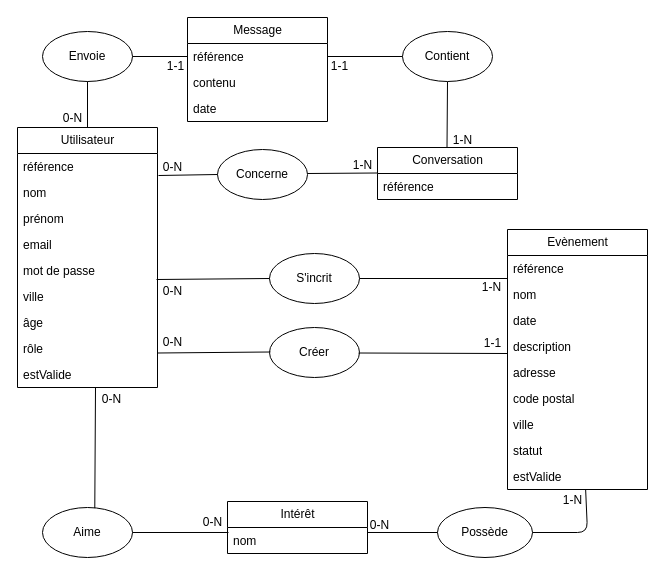
Above: conception/database_modelling/MCD/mcd.drawio in LunaireFlare/orizon (draw.io), before the change. Source tidied: cells renumbered, new cells numbered last; positions are measured from the earlier drawing's top-left corner, leaving out a move shared by most shapes. Both pictures are drawn from the tidied source at 100%, with x=0, y=0 at pixel (17, 17).
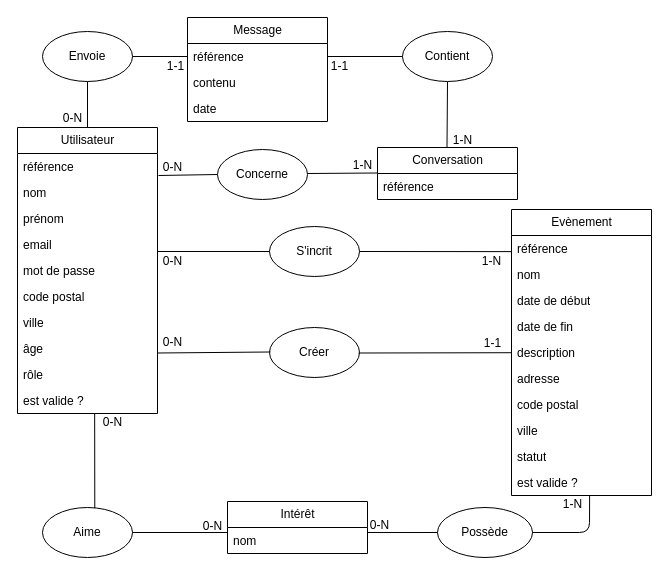
After the change.

Unchanged cells that the change refers to:
```xml
<mxCell id="6" value="email" style="text;strokeColor=none;fillColor=none;align=left;verticalAlign=top;spacingLeft=4;spacingRight=4;overflow=hidden;points=[[0,0.5],[1,0.5]];portConstraint=eastwest;whiteSpace=wrap;html=1;" parent="2" vertex="1">
  <mxGeometry y="104" width="140" height="26" as="geometry" />
</mxCell>
<mxCell id="7" value="mot de passe" style="text;strokeColor=none;fillColor=none;align=left;verticalAlign=top;spacingLeft=4;spacingRight=4;overflow=hidden;points=[[0,0.5],[1,0.5]];portConstraint=eastwest;whiteSpace=wrap;html=1;" parent="2" vertex="1">
  <mxGeometry y="130" width="140" height="26" as="geometry" />
</mxCell>
<mxCell id="17" value="référence" style="text;strokeColor=none;fillColor=none;align=left;verticalAlign=top;spacingLeft=4;spacingRight=4;overflow=hidden;points=[[0,0.5],[1,0.5]];portConstraint=eastwest;whiteSpace=wrap;html=1;" parent="16" vertex="1">
  <mxGeometry y="26" width="140" height="26" as="geometry" />
</mxCell>
<mxCell id="27" value="nom" style="text;strokeColor=none;fillColor=none;align=left;verticalAlign=top;spacingLeft=4;spacingRight=4;overflow=hidden;points=[[0,0.5],[1,0.5]];portConstraint=eastwest;whiteSpace=wrap;html=1;" parent="26" vertex="1">
  <mxGeometry y="26" width="140" height="26" as="geometry" />
</mxCell>
<mxCell id="54" value="&lt;span style=&quot;color: rgb(0, 0, 0);&quot;&gt;1-1&lt;/span&gt;" style="text;html=1;align=center;verticalAlign=middle;points=[];strokeColor=none;fillColor=none;" parent="1" vertex="1">
  <mxGeometry x="455" y="311" width="40" height="30" as="geometry" />
</mxCell>
<mxCell id="55" value="Aime" style="ellipse;whiteSpace=wrap;html=1;" parent="1" vertex="1">
  <mxGeometry x="25" y="490" width="90" height="50" as="geometry" />
</mxCell>
<mxCell id="60" value="Possède" style="ellipse;whiteSpace=wrap;html=1;" parent="1" vertex="1">
  <mxGeometry x="420" y="490" width="95" height="50" as="geometry" />
</mxCell>
```

Diff of the diagram source:
```diff
@@
     <mxCell id="2" value="Utilisateur" style="swimlane;fontStyle=0;horizontal=1;startSize=26;fillColor=none;html=1;" parent="1" vertex="1">
-      <mxGeometry y="110" width="140" height="260" as="geometry" />
+      <mxGeometry y="110" width="140" height="286" as="geometry" />
     </mxCell>
@@
+    <mxCell id="65" value="code postal" style="text;strokeColor=none;fillColor=none;align=left;verticalAlign=top;spacingLeft=4;spacingRight=4;overflow=hidden;whiteSpace=wrap;html=1;" parent="2" vertex="1">
+      <mxGeometry y="156" width="140" height="26" as="geometry" />
+    </mxCell>
     <mxCell id="8" value="ville" style="text;strokeColor=none;fillColor=none;align=left;verticalAlign=top;spacingLeft=4;spacingRight=4;overflow=hidden;whiteSpace=wrap;html=1;" parent="2" vertex="1">
-      <mxGeometry y="156" width="140" height="26" as="geometry" />
+      <mxGeometry y="182" width="140" height="26" as="geometry" />
     </mxCell>
     <mxCell id="9" value="âge" style="text;strokeColor=none;fillColor=none;align=left;verticalAlign=top;spacingLeft=4;spacingRight=4;overflow=hidden;whiteSpace=wrap;html=1;" parent="2" vertex="1">
-      <mxGeometry y="182" width="140" height="26" as="geometry" />
+      <mxGeometry y="208" width="140" height="26" as="geometry" />
     </mxCell>
     <mxCell id="10" value="rôle" style="text;strokeColor=none;fillColor=none;align=left;verticalAlign=top;spacingLeft=4;spacingRight=4;overflow=hidden;whiteSpace=wrap;html=1;" parent="2" vertex="1">
-      <mxGeometry y="208" width="140" height="26" as="geometry" />
+      <mxGeometry y="234" width="140" height="26" as="geometry" />
     </mxCell>
-    <mxCell id="11" value="estValide" style="text;strokeColor=none;fillColor=none;align=left;verticalAlign=top;spacingLeft=4;spacingRight=4;overflow=hidden;whiteSpace=wrap;html=1;" parent="2" vertex="1">
-      <mxGeometry y="234" width="140" height="26" as="geometry" />
+    <mxCell id="11" value="est valide ?" style="text;strokeColor=none;fillColor=none;align=left;verticalAlign=top;spacingLeft=4;spacingRight=4;overflow=hidden;whiteSpace=wrap;html=1;" parent="2" vertex="1">
+      <mxGeometry y="260" width="140" height="26" as="geometry" />
     </mxCell>
@@
     <mxCell id="16" value="Evènement" style="swimlane;fontStyle=0;horizontal=1;startSize=26;fillColor=none;html=1;" parent="1" vertex="1">
-      <mxGeometry x="490" y="212" width="140" height="260" as="geometry" />
+      <mxGeometry x="494" y="192" width="140" height="286" as="geometry" />
     </mxCell>
@@
-    <mxCell id="19" value="date" style="text;strokeColor=none;fillColor=none;align=left;verticalAlign=top;spacingLeft=4;spacingRight=4;overflow=hidden;whiteSpace=wrap;html=1;" parent="16" vertex="1">
+    <mxCell id="19" value="date de début" style="text;strokeColor=none;fillColor=none;align=left;verticalAlign=top;spacingLeft=4;spacingRight=4;overflow=hidden;whiteSpace=wrap;html=1;" parent="16" vertex="1">
       <mxGeometry y="78" width="140" height="26" as="geometry" />
     </mxCell>
+    <mxCell id="66" value="date de fin" style="text;strokeColor=none;fillColor=none;align=left;verticalAlign=top;spacingLeft=4;spacingRight=4;overflow=hidden;whiteSpace=wrap;html=1;" parent="16" vertex="1">
+      <mxGeometry y="104" width="140" height="26" as="geometry" />
+    </mxCell>
     <mxCell id="20" value="description" style="text;strokeColor=none;fillColor=none;align=left;verticalAlign=top;spacingLeft=4;spacingRight=4;overflow=hidden;whiteSpace=wrap;html=1;" parent="16" vertex="1">
-      <mxGeometry y="104" width="140" height="26" as="geometry" />
+      <mxGeometry y="130" width="140" height="26" as="geometry" />
     </mxCell>
     <mxCell id="21" value="adresse" style="text;strokeColor=none;fillColor=none;align=left;verticalAlign=top;spacingLeft=4;spacingRight=4;overflow=hidden;whiteSpace=wrap;html=1;" parent="16" vertex="1">
-      <mxGeometry y="130" width="140" height="26" as="geometry" />
+      <mxGeometry y="156" width="140" height="26" as="geometry" />
     </mxCell>
     <mxCell id="22" value="code postal" style="text;strokeColor=none;fillColor=none;align=left;verticalAlign=top;spacingLeft=4;spacingRight=4;overflow=hidden;whiteSpace=wrap;html=1;" parent="16" vertex="1">
-      <mxGeometry y="156" width="140" height="26" as="geometry" />
+      <mxGeometry y="182" width="140" height="26" as="geometry" />
     </mxCell>
     <mxCell id="23" value="ville" style="text;strokeColor=none;fillColor=none;align=left;verticalAlign=top;spacingLeft=4;spacingRight=4;overflow=hidden;whiteSpace=wrap;html=1;" parent="16" vertex="1">
-      <mxGeometry y="182" width="140" height="26" as="geometry" />
+      <mxGeometry y="208" width="140" height="26" as="geometry" />
     </mxCell>
     <mxCell id="24" value="statut" style="text;strokeColor=none;fillColor=none;align=left;verticalAlign=top;spacingLeft=4;spacingRight=4;overflow=hidden;whiteSpace=wrap;html=1;" parent="16" vertex="1">
-      <mxGeometry y="208" width="140" height="26" as="geometry" />
+      <mxGeometry y="234" width="140" height="26" as="geometry" />
     </mxCell>
-    <mxCell id="25" value="estValide" style="text;strokeColor=none;fillColor=none;align=left;verticalAlign=top;spacingLeft=4;spacingRight=4;overflow=hidden;points=[[0,0.5],[1,0.5]];portConstraint=eastwest;whiteSpace=wrap;html=1;" parent="16" vertex="1">
-      <mxGeometry y="234" width="140" height="26" as="geometry" />
+    <mxCell id="25" value="est valide ?" style="text;strokeColor=none;fillColor=none;align=left;verticalAlign=top;spacingLeft=4;spacingRight=4;overflow=hidden;points=[[0,0.5],[1,0.5]];portConstraint=eastwest;whiteSpace=wrap;html=1;" parent="16" vertex="1">
+      <mxGeometry y="260" width="140" height="26" as="geometry" />
     </mxCell>
@@
     <mxCell id="45" value="S'incrit" style="ellipse;whiteSpace=wrap;html=1;" parent="1" vertex="1">
-      <mxGeometry x="252" y="236" width="90" height="50" as="geometry" />
+      <mxGeometry x="252" y="209" width="90" height="50" as="geometry" />
     </mxCell>
-    <mxCell id="46" style="endArrow=none;html=1;entryX=0.993;entryY=0.846;entryDx=0;entryDy=0;entryPerimeter=0;exitX=0;exitY=0.5;exitDx=0;exitDy=0;" parent="1" edge="1" source="45" target="7">
+    <mxCell id="46" style="endArrow=none;html=1;entryX=1;entryY=0.769;entryDx=0;entryDy=0;entryPerimeter=0;exitX=0;exitY=0.5;exitDx=0;exitDy=0;" parent="1" edge="1" source="45" target="6">
       <mxGeometry relative="1" as="geometry" />
     </mxCell>
-    <mxCell id="47" style="endArrow=none;html=1;entryX=0;entryY=0.885;entryDx=0;entryDy=0;entryPerimeter=0;exitX=1;exitY=0.5;exitDx=0;exitDy=0;" parent="1" edge="1" source="45" target="17">
+    <mxCell id="47" style="endArrow=none;html=1;exitX=1;exitY=0.5;exitDx=0;exitDy=0;entryX=0.003;entryY=0.62;entryDx=0;entryDy=0;entryPerimeter=0;" parent="1" edge="1" source="45" target="17">
       <mxGeometry relative="1" as="geometry" />
     </mxCell>
     <mxCell id="48" value="&lt;span style=&quot;color: rgb(0, 0, 0);&quot;&gt;0-N&lt;/span&gt;" style="text;html=1;align=center;verticalAlign=middle;strokeColor=none;fillColor=none;" parent="1" vertex="1">
-      <mxGeometry x="135" y="259" width="40" height="30" as="geometry" />
+      <mxGeometry x="135" y="229" width="40" height="30" as="geometry" />
     </mxCell>
     <mxCell id="49" value="&lt;span style=&quot;color: rgb(0, 0, 0);&quot;&gt;1-N&lt;/span&gt;" style="text;html=1;align=center;verticalAlign=middle;strokeColor=none;fillColor=none;" parent="1" vertex="1">
-      <mxGeometry x="454" y="255" width="40" height="30" as="geometry" />
+      <mxGeometry x="454" y="229" width="40" height="30" as="geometry" />
     </mxCell>
@@
-    <mxCell id="52" style="endArrow=none;html=1;entryX=0.993;entryY=0.846;entryDx=0;entryDy=0;entryPerimeter=0;" parent="1" edge="1">
+    <mxCell id="52" style="endArrow=none;html=1;entryX=0.993;entryY=0.846;entryDx=0;entryDy=0;entryPerimeter=0;exitX=0.98;exitY=0.807;exitDx=0;exitDy=0;exitPerimeter=0;" parent="1" edge="1" source="54">
       <mxGeometry relative="1" as="geometry">
-        <mxPoint x="490" y="336" as="sourcePoint" />
         <mxPoint x="341" y="335.5" as="targetPoint" />
       </mxGeometry>
     </mxCell>
@@
-    <mxCell id="56" style="endArrow=none;html=1;exitX=0.581;exitY=0.013;exitDx=0;exitDy=0;exitPerimeter=0;" parent="1" edge="1" source="55">
-      <mxGeometry relative="1" as="geometry">
-        <mxPoint x="78" y="370" as="targetPoint" />
-      </mxGeometry>
+    <mxCell id="56" style="endArrow=none;html=1;exitX=0.581;exitY=0.013;exitDx=0;exitDy=0;exitPerimeter=0;entryX=0.054;entryY=0.207;entryDx=0;entryDy=0;entryPerimeter=0;" parent="1" edge="1" source="55" target="58">
+      <mxGeometry relative="1" as="geometry" />
     </mxCell>
-    <mxCell id="57" style="endArrow=none;html=1;entryX=0.007;entryY=0.192;entryDx=0;entryDy=0;entryPerimeter=0;exitX=1;exitY=0.5;exitDx=0;exitDy=0;" parent="1" edge="1" source="55" target="27">
-      <mxGeometry relative="1" as="geometry" />
+    <mxCell id="57" style="endArrow=none;html=1;exitX=1;exitY=0.5;exitDx=0;exitDy=0;" parent="1" edge="1" source="55">
+      <mxGeometry relative="1" as="geometry">
+        <mxPoint x="210" y="515" as="targetPoint" />
+      </mxGeometry>
     </mxCell>
     <mxCell id="58" value="&lt;span style=&quot;color: rgb(0, 0, 0);&quot;&gt;0-N&lt;/span&gt;" style="text;html=1;align=center;verticalAlign=middle;points=[];strokeColor=none;fillColor=none;" parent="1" vertex="1">
-      <mxGeometry x="74" y="367" width="40" height="30" as="geometry" />
+      <mxGeometry x="75" y="390" width="40" height="30" as="geometry" />
     </mxCell>
     <mxCell id="59" value="&lt;span style=&quot;color: rgb(0, 0, 0);&quot;&gt;0-N&lt;/span&gt;" style="text;html=1;align=center;verticalAlign=middle;strokeColor=none;fillColor=none;" parent="1" vertex="1">
-      <mxGeometry x="175" y="490" width="40" height="30" as="geometry" />
+      <mxGeometry x="175" y="494" width="40" height="30" as="geometry" />
     </mxCell>
@@
     <mxCell id="62" style="endArrow=none;html=1;entryX=0.558;entryY=0.981;entryDx=0;entryDy=0;entryPerimeter=0;exitX=1;exitY=0.5;exitDx=0;exitDy=0;" parent="1" edge="1" source="60" target="25">
       <mxGeometry relative="1" as="geometry">
         <Array as="points">
-          <mxPoint x="570" y="515" />
+          <mxPoint x="572" y="515" />
         </Array>
       </mxGeometry>
     </mxCell>
@@
     <mxCell id="64" value="1-N" style="text;html=1;align=center;verticalAlign=middle;strokeColor=none;fillColor=none;" parent="1" vertex="1">
-      <mxGeometry x="535" y="468" width="40" height="30" as="geometry" />
+      <mxGeometry x="535" y="472" width="40" height="30" as="geometry" />
     </mxCell>
```
